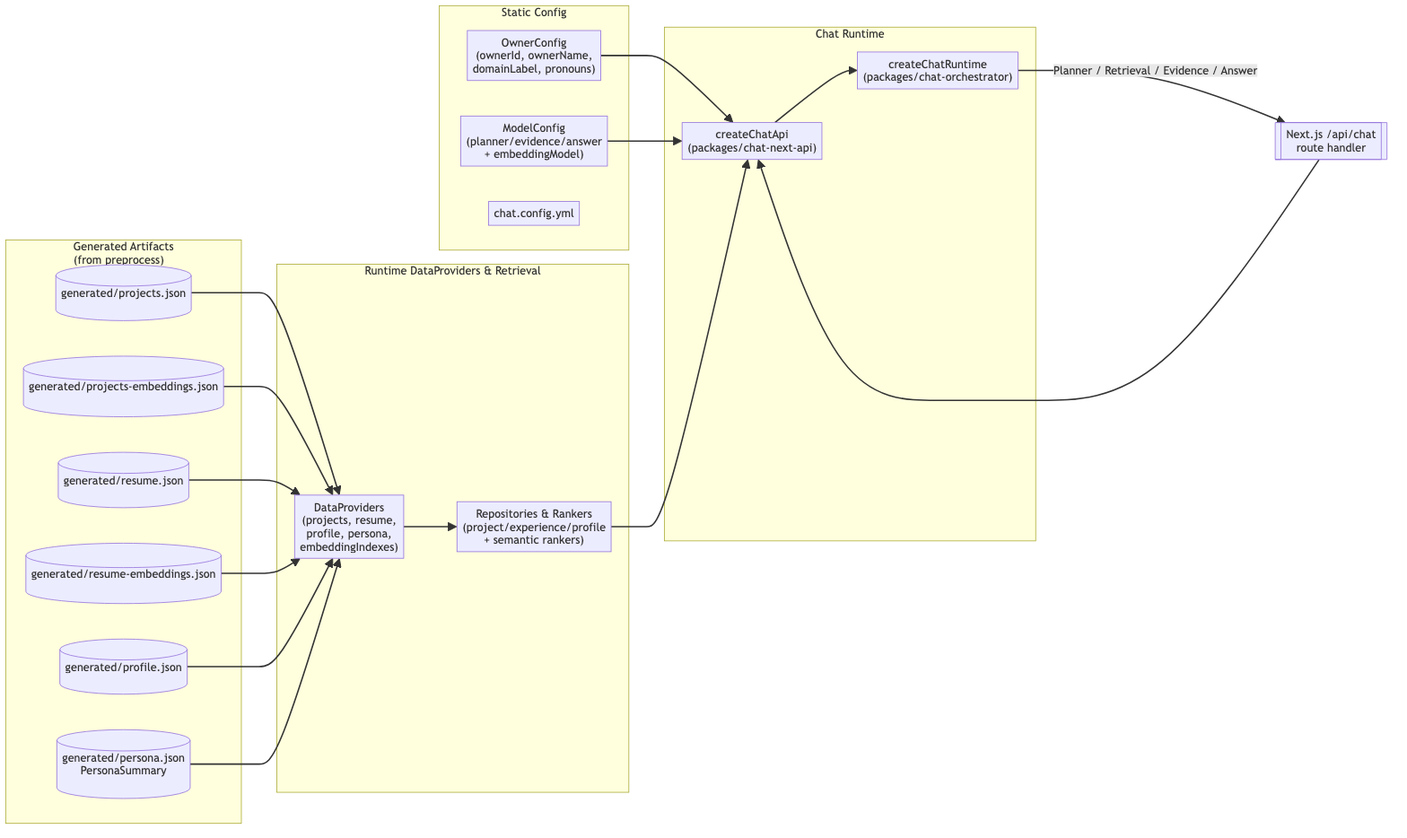
Volpestyle/portfolio keeps this Mermaid diagram as generated-diagrams/portfolio-chat-runtime-data.png. Above is the earlier version. Its source is kept beside it as generated-diagrams/portfolio-chat-runtime-data.mmd.
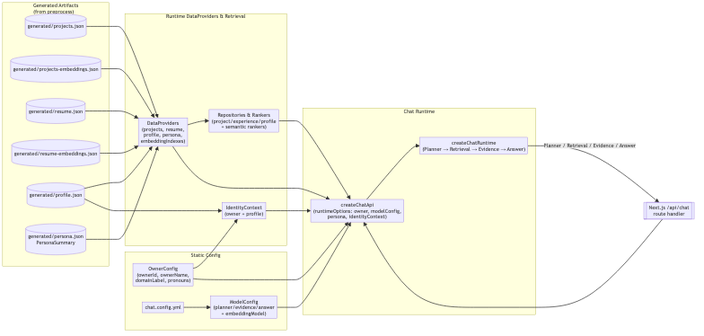
The same file after the commit.

Change to the diagram source:
```diff
@@ -17,11 +17,12 @@
   subgraph RUNTIME_DATA["Runtime DataProviders & Retrieval"]
     DP["DataProviders\n(projects, resume,\nprofile, persona,\nembeddingIndexes)"]
     REPO["Repositories & Rankers\n(project/experience/profile\n+ semantic rankers)"]
+    IDENTITY["IdentityContext\n(owner + profile)"]
   end
 
   subgraph RUNTIME["Chat Runtime"]
-    CHAT_API["createChatApi\n(packages/chat-next-api)"]
-    CHAT_RT["createChatRuntime\n(packages/chat-orchestrator)"]
+    CHAT_API["createChatApi\n(runtimeOptions: owner, modelConfig,\npersona, identityContext)"]
+    CHAT_RT["createChatRuntime\n(Planner → Retrieval → Evidence → Answer)"]
   end
 
   PROJ --> DP
@@ -30,10 +31,15 @@
   RES_EMB --> DP
   PROF --> DP
   PERS --> DP
+  PROF --> IDENTITY
+  OC --> IDENTITY
 
   OC --> CHAT_API
   MC --> CHAT_API
+  CHAT_YML --> MC
   DP --> REPO
+  DP --> CHAT_API
+  IDENTITY --> CHAT_API
   REPO --> CHAT_API
 
   CHAT_API --> CHAT_RT
```
